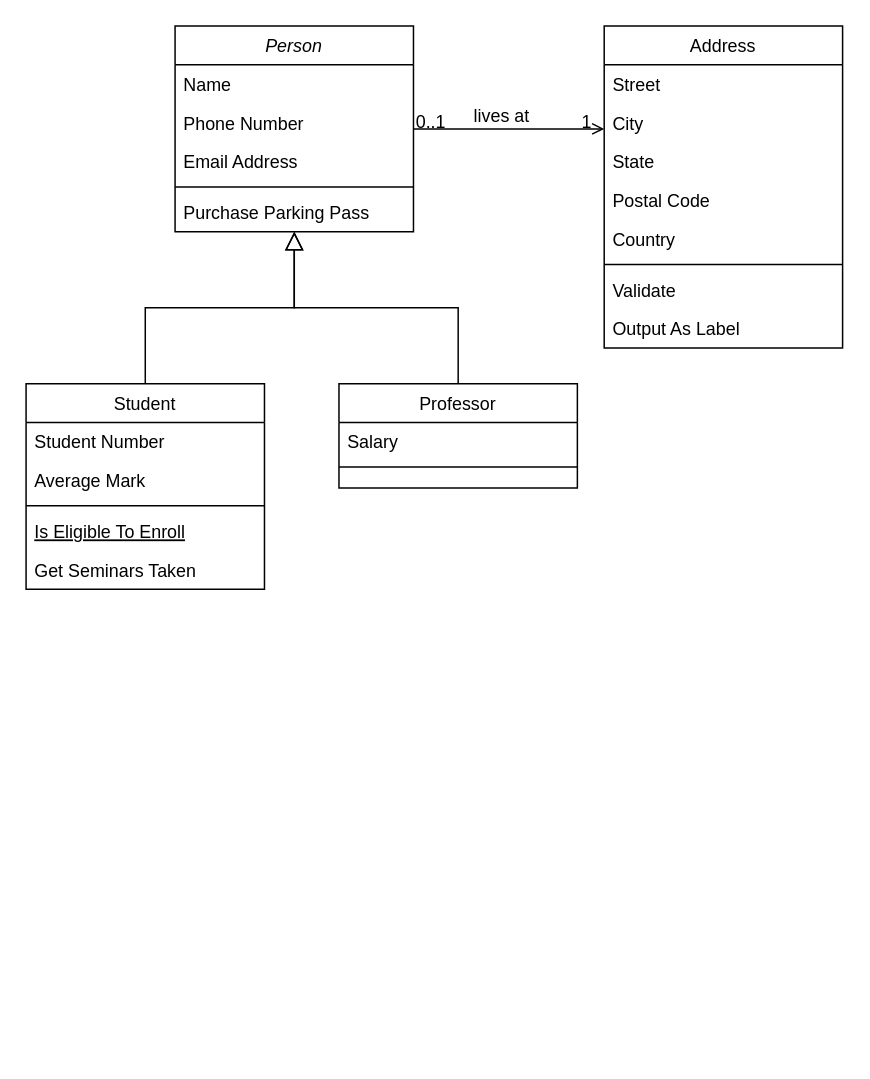
dinanr/perpusdigital keeps this draw.io diagram as Class-Diagram.drawio. Above is the earlier version. Source tidied: cells renumbered, new cells numbered last; positions are measured from the earlier drawing's top-left corner, leaving out a move shared by most shapes. Both pictures are drawn from the tidied source at 149%, with x=0, y=0 at pixel (25, 25).
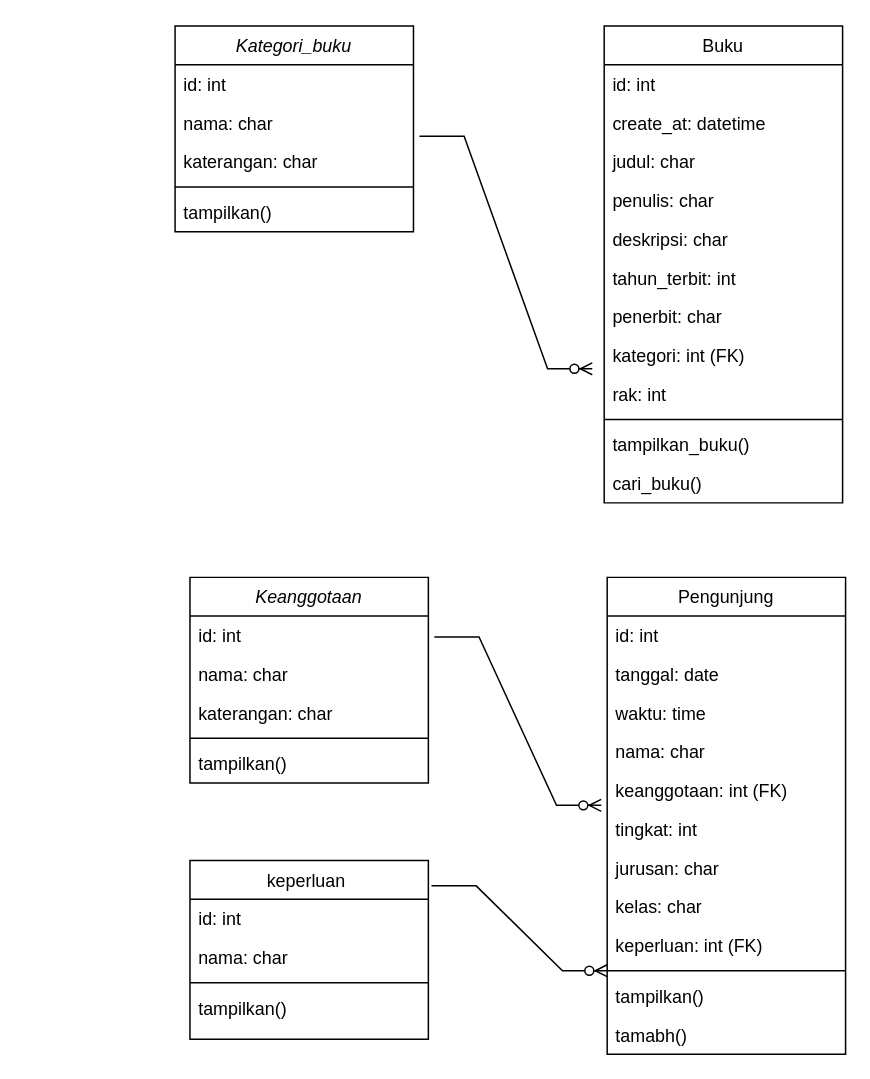
The same diagram, later.

Change to the diagram source:
```diff
@@
-    <mxCell id="2" value="Person" style="swimlane;fontStyle=2;align=center;verticalAlign=top;horizontal=1;startSize=26;rounded=0;shadow=0;strokeWidth=1;" parent="1" vertex="1">
+    <mxCell id="2" value="Kategori_buku" style="swimlane;fontStyle=2;align=center;verticalAlign=top;horizontal=1;startSize=26;rounded=0;shadow=0;strokeWidth=1;" parent="1" vertex="1">
       <mxGeometry x="100" width="160" height="138" as="geometry" />
     </mxCell>
-    <mxCell id="3" value="Name" style="text;align=left;verticalAlign=top;spacingLeft=4;spacingRight=4;overflow=hidden;" parent="2" vertex="1">
+    <mxCell id="3" value="id: int" style="text;align=left;verticalAlign=top;spacingLeft=4;spacingRight=4;overflow=hidden;" parent="2" vertex="1">
       <mxGeometry y="26" width="160" height="26" as="geometry" />
     </mxCell>
-    <mxCell id="4" value="Phone Number" style="text;align=left;verticalAlign=top;spacingLeft=4;spacingRight=4;overflow=hidden;points=[[0,0.5],[1,0.5]];portConstraint=eastwest;rounded=0;shadow=0;html=0;" parent="2" vertex="1">
+    <mxCell id="4" value="nama: char" style="text;align=left;verticalAlign=top;spacingLeft=4;spacingRight=4;overflow=hidden;points=[[0,0.5],[1,0.5]];portConstraint=eastwest;rounded=0;shadow=0;html=0;" parent="2" vertex="1">
       <mxGeometry y="52" width="160" height="26" as="geometry" />
     </mxCell>
-    <mxCell id="5" value="Email Address" style="text;align=left;verticalAlign=top;spacingLeft=4;spacingRight=4;overflow=hidden;rounded=0;shadow=0;html=0;" parent="2" vertex="1">
+    <mxCell id="5" value="katerangan: char" style="text;align=left;verticalAlign=top;spacingLeft=4;spacingRight=4;overflow=hidden;rounded=0;shadow=0;html=0;" parent="2" vertex="1">
       <mxGeometry y="78" width="160" height="26" as="geometry" />
     </mxCell>
@@
-    <mxCell id="7" value="Purchase Parking Pass" style="text;align=left;verticalAlign=top;spacingLeft=4;spacingRight=4;overflow=hidden;" parent="2" vertex="1">
+    <mxCell id="7" value="tampilkan()" style="text;align=left;verticalAlign=top;spacingLeft=4;spacingRight=4;overflow=hidden;" parent="2" vertex="1">
       <mxGeometry y="112" width="160" height="26" as="geometry" />
     </mxCell>
-    <mxCell id="8" value="Student" style="swimlane;fontStyle=0;align=center;verticalAlign=top;horizontal=1;startSize=26;rounded=0;shadow=0;strokeWidth=1;" parent="1" vertex="1">
-      <mxGeometry y="240" width="160" height="138" as="geometry" />
+    <mxCell id="8" value="keperluan " style="swimlane;fontStyle=0;align=center;verticalAlign=top;horizontal=1;startSize=26;rounded=0;shadow=0;strokeWidth=1;" parent="1" vertex="1">
+      <mxGeometry x="110" y="560" width="160" height="120" as="geometry" />
     </mxCell>
-    <mxCell id="9" value="Student Number" style="text;align=left;verticalAlign=top;spacingLeft=4;spacingRight=4;overflow=hidden;" parent="8" vertex="1">
+    <mxCell id="9" value="id: int" style="text;align=left;verticalAlign=top;spacingLeft=4;spacingRight=4;overflow=hidden;" parent="8" vertex="1">
       <mxGeometry y="26" width="160" height="26" as="geometry" />
     </mxCell>
-    <mxCell id="10" value="Average Mark" style="text;align=left;verticalAlign=top;spacingLeft=4;spacingRight=4;overflow=hidden;rounded=0;shadow=0;html=0;" parent="8" vertex="1">
+    <mxCell id="10" value="nama: char" style="text;align=left;verticalAlign=top;spacingLeft=4;spacingRight=4;overflow=hidden;rounded=0;shadow=0;html=0;" parent="8" vertex="1">
       <mxGeometry y="52" width="160" height="26" as="geometry" />
     </mxCell>
@@
-    <mxCell id="12" value="Is Eligible To Enroll" style="text;align=left;verticalAlign=top;spacingLeft=4;spacingRight=4;overflow=hidden;fontStyle=4;" parent="8" vertex="1">
-      <mxGeometry y="86" width="160" height="26" as="geometry" />
-    </mxCell>
-    <mxCell id="13" value="Get Seminars Taken" style="text;align=left;verticalAlign=top;spacingLeft=4;spacingRight=4;overflow=hidden;" parent="8" vertex="1">
-      <mxGeometry y="112" width="160" height="26" as="geometry" />
+    <mxCell id="13" value="tampilkan()" style="text;align=left;verticalAlign=top;spacingLeft=4;spacingRight=4;overflow=hidden;" parent="8" vertex="1">
+      <mxGeometry y="86" width="160" height="26" as="geometry" />
     </mxCell>
-    <mxCell id="14" style="endArrow=block;endSize=10;endFill=0;shadow=0;strokeWidth=1;rounded=0;edgeStyle=elbowEdgeStyle;elbow=vertical;" parent="1" edge="1" source="8" target="2">
-      <mxGeometry relative="1" as="geometry" />
-    </mxCell>
-    <mxCell id="15" value="Professor" style="swimlane;fontStyle=0;align=center;verticalAlign=top;horizontal=1;startSize=26;rounded=0;shadow=0;strokeWidth=1;" parent="1" vertex="1">
-      <mxGeometry x="210" y="240" width="160" height="70" as="geometry" />
-    </mxCell>
-    <mxCell id="16" value="Salary" style="text;align=left;verticalAlign=top;spacingLeft=4;spacingRight=4;overflow=hidden;" parent="15" vertex="1">
-      <mxGeometry y="26" width="160" height="26" as="geometry" />
-    </mxCell>
-    <mxCell id="17" style="line;html=1;strokeWidth=1;align=left;verticalAlign=middle;spacingTop=-1;spacingLeft=3;spacingRight=3;labelPosition=right;" parent="15" vertex="1">
-      <mxGeometry y="52" width="160" height="8" as="geometry" />
-    </mxCell>
-    <mxCell id="18" style="endArrow=block;endSize=10;endFill=0;shadow=0;strokeWidth=1;rounded=0;edgeStyle=elbowEdgeStyle;elbow=vertical;" parent="1" edge="1" source="15" target="2">
-      <mxGeometry relative="1" as="geometry" />
-    </mxCell>
-    <mxCell id="19" value="Address" style="swimlane;fontStyle=0;align=center;verticalAlign=top;horizontal=1;startSize=26;rounded=0;shadow=0;strokeWidth=1;" parent="1" vertex="1">
-      <mxGeometry x="388" width="160" height="216" as="geometry" />
+    <mxCell id="19" value="Buku" style="swimlane;fontStyle=0;align=center;verticalAlign=top;horizontal=1;startSize=26;rounded=0;shadow=0;strokeWidth=1;" parent="1" vertex="1">
+      <mxGeometry x="388" width="160" height="320" as="geometry" />
     </mxCell>
-    <mxCell id="20" value="Street" style="text;align=left;verticalAlign=top;spacingLeft=4;spacingRight=4;overflow=hidden;" parent="19" vertex="1">
+    <mxCell id="20" value="id: int" style="text;align=left;verticalAlign=top;spacingLeft=4;spacingRight=4;overflow=hidden;" parent="19" vertex="1">
       <mxGeometry y="26" width="160" height="26" as="geometry" />
     </mxCell>
-    <mxCell id="21" value="City" style="text;align=left;verticalAlign=top;spacingLeft=4;spacingRight=4;overflow=hidden;rounded=0;shadow=0;html=0;" parent="19" vertex="1">
+    <mxCell id="21" value="create_at: datetime" style="text;align=left;verticalAlign=top;spacingLeft=4;spacingRight=4;overflow=hidden;rounded=0;shadow=0;html=0;" parent="19" vertex="1">
       <mxGeometry y="52" width="160" height="26" as="geometry" />
     </mxCell>
-    <mxCell id="22" value="State" style="text;align=left;verticalAlign=top;spacingLeft=4;spacingRight=4;overflow=hidden;rounded=0;shadow=0;html=0;" parent="19" vertex="1">
+    <mxCell id="22" value="judul: char" style="text;align=left;verticalAlign=top;spacingLeft=4;spacingRight=4;overflow=hidden;rounded=0;shadow=0;html=0;" parent="19" vertex="1">
       <mxGeometry y="78" width="160" height="26" as="geometry" />
     </mxCell>
-    <mxCell id="23" value="Postal Code" style="text;align=left;verticalAlign=top;spacingLeft=4;spacingRight=4;overflow=hidden;rounded=0;shadow=0;html=0;" parent="19" vertex="1">
+    <mxCell id="23" value="penulis: char" style="text;align=left;verticalAlign=top;spacingLeft=4;spacingRight=4;overflow=hidden;rounded=0;shadow=0;html=0;" parent="19" vertex="1">
       <mxGeometry y="104" width="160" height="26" as="geometry" />
     </mxCell>
-    <mxCell id="24" value="Country" style="text;align=left;verticalAlign=top;spacingLeft=4;spacingRight=4;overflow=hidden;rounded=0;shadow=0;html=0;" parent="19" vertex="1">
+    <mxCell id="24" value="deskripsi: char " style="text;align=left;verticalAlign=top;spacingLeft=4;spacingRight=4;overflow=hidden;rounded=0;shadow=0;html=0;" parent="19" vertex="1">
       <mxGeometry y="130" width="160" height="26" as="geometry" />
     </mxCell>
+    <mxCell id="32" value="tahun_terbit: int" style="text;align=left;verticalAlign=top;spacingLeft=4;spacingRight=4;overflow=hidden;rounded=0;shadow=0;html=0;" parent="19" vertex="1">
+      <mxGeometry y="156" width="160" height="26" as="geometry" />
+    </mxCell>
+    <mxCell id="33" value="penerbit: char" style="text;align=left;verticalAlign=top;spacingLeft=4;spacingRight=4;overflow=hidden;rounded=0;shadow=0;html=0;" parent="19" vertex="1">
+      <mxGeometry y="182" width="160" height="26" as="geometry" />
+    </mxCell>
+    <mxCell id="34" value="kategori: int (FK)" style="text;align=left;verticalAlign=top;spacingLeft=4;spacingRight=4;overflow=hidden;rounded=0;shadow=0;html=0;" parent="19" vertex="1">
+      <mxGeometry y="208" width="160" height="26" as="geometry" />
+    </mxCell>
+    <mxCell id="35" value="rak: int" style="text;align=left;verticalAlign=top;spacingLeft=4;spacingRight=4;overflow=hidden;rounded=0;shadow=0;html=0;" parent="19" vertex="1">
+      <mxGeometry y="234" width="160" height="26" as="geometry" />
+    </mxCell>
     <mxCell id="25" style="line;html=1;strokeWidth=1;align=left;verticalAlign=middle;spacingTop=-1;spacingLeft=3;spacingRight=3;labelPosition=right;" parent="19" vertex="1">
-      <mxGeometry y="156" width="160" height="8" as="geometry" />
+      <mxGeometry y="260" width="160" height="8" as="geometry" />
     </mxCell>
-    <mxCell id="26" value="Validate" style="text;align=left;verticalAlign=top;spacingLeft=4;spacingRight=4;overflow=hidden;" parent="19" vertex="1">
-      <mxGeometry y="164" width="160" height="26" as="geometry" />
+    <mxCell id="26" value="tampilkan_buku()" style="text;align=left;verticalAlign=top;spacingLeft=4;spacingRight=4;overflow=hidden;" parent="19" vertex="1">
+      <mxGeometry y="268" width="160" height="26" as="geometry" />
     </mxCell>
-    <mxCell id="27" value="Output As Label" style="text;align=left;verticalAlign=top;spacingLeft=4;spacingRight=4;overflow=hidden;" parent="19" vertex="1">
-      <mxGeometry y="190" width="160" height="26" as="geometry" />
+    <mxCell id="27" value="cari_buku()" style="text;align=left;verticalAlign=top;spacingLeft=4;spacingRight=4;overflow=hidden;" parent="19" vertex="1">
+      <mxGeometry y="294" width="160" height="26" as="geometry" />
     </mxCell>
-    <mxCell id="28" style="endArrow=open;shadow=0;strokeWidth=1;rounded=0;endFill=1;edgeStyle=elbowEdgeStyle;elbow=vertical;" parent="1" edge="1" source="2" target="19">
-      <mxGeometry x="0.5" y="41" relative="1" as="geometry">
-        <mxPoint x="-40" y="32" as="offset" />
-      </mxGeometry>
-    </mxCell>
-    <mxCell id="29" value="0..1" style="align=left;verticalAlign=bottom;labelBackgroundColor=none;fontSize=12;" parent="28" vertex="1">
-      <mxGeometry x="-1" relative="1" as="geometry">
-        <mxPoint y="4" as="offset" />
-      </mxGeometry>
-    </mxCell>
-    <mxCell id="30" value="1" style="align=right;verticalAlign=bottom;labelBackgroundColor=none;fontSize=12;" parent="28" vertex="1">
-      <mxGeometry x="1" relative="1" as="geometry">
-        <mxPoint x="-7" y="4" as="offset" />
-      </mxGeometry>
-    </mxCell>
-    <mxCell id="31" value="lives at" style="text;html=1;align=center;verticalAlign=middle;labelBackgroundColor=none;rounded=0;shadow=0;strokeWidth=1;fontSize=12;" parent="28" vertex="1">
-      <mxGeometry x="0.5" y="49" relative="1" as="geometry">
-        <mxPoint x="-38" y="40" as="offset" />
-      </mxGeometry>
-    </mxCell>
+    <mxCell id="36" value="Pengunjung" style="swimlane;fontStyle=0;align=center;verticalAlign=top;horizontal=1;startSize=26;rounded=0;shadow=0;strokeWidth=1;" parent="1" vertex="1">
+      <mxGeometry x="390" y="370" width="160" height="320" as="geometry" />
+    </mxCell>
+    <mxCell id="37" value="id: int" style="text;align=left;verticalAlign=top;spacingLeft=4;spacingRight=4;overflow=hidden;" parent="36" vertex="1">
+      <mxGeometry y="26" width="160" height="26" as="geometry" />
+    </mxCell>
+    <mxCell id="38" value="tanggal: date" style="text;align=left;verticalAlign=top;spacingLeft=4;spacingRight=4;overflow=hidden;rounded=0;shadow=0;html=0;" parent="36" vertex="1">
+      <mxGeometry y="52" width="160" height="26" as="geometry" />
+    </mxCell>
+    <mxCell id="39" value="waktu: time" style="text;align=left;verticalAlign=top;spacingLeft=4;spacingRight=4;overflow=hidden;rounded=0;shadow=0;html=0;" parent="36" vertex="1">
+      <mxGeometry y="78" width="160" height="26" as="geometry" />
+    </mxCell>
+    <mxCell id="40" value="nama: char" style="text;align=left;verticalAlign=top;spacingLeft=4;spacingRight=4;overflow=hidden;rounded=0;shadow=0;html=0;" parent="36" vertex="1">
+      <mxGeometry y="104" width="160" height="26" as="geometry" />
+    </mxCell>
+    <mxCell id="41" value="keanggotaan: int (FK)" style="text;align=left;verticalAlign=top;spacingLeft=4;spacingRight=4;overflow=hidden;rounded=0;shadow=0;html=0;" parent="36" vertex="1">
+      <mxGeometry y="130" width="160" height="26" as="geometry" />
+    </mxCell>
+    <mxCell id="42" value="tingkat: int" style="text;align=left;verticalAlign=top;spacingLeft=4;spacingRight=4;overflow=hidden;points=[[0,0.5],[1,0.5]];portConstraint=eastwest;rounded=0;shadow=0;html=0;" parent="36" vertex="1">
+      <mxGeometry y="156" width="160" height="26" as="geometry" />
+    </mxCell>
+    <mxCell id="43" value="jurusan: char" style="text;align=left;verticalAlign=top;spacingLeft=4;spacingRight=4;overflow=hidden;rounded=0;shadow=0;html=0;" parent="36" vertex="1">
+      <mxGeometry y="182" width="160" height="26" as="geometry" />
+    </mxCell>
+    <mxCell id="44" value="kelas: char" style="text;align=left;verticalAlign=top;spacingLeft=4;spacingRight=4;overflow=hidden;rounded=0;shadow=0;html=0;" parent="36" vertex="1">
+      <mxGeometry y="208" width="160" height="26" as="geometry" />
+    </mxCell>
+    <mxCell id="45" value="keperluan: int (FK)" style="text;align=left;verticalAlign=top;spacingLeft=4;spacingRight=4;overflow=hidden;rounded=0;shadow=0;html=0;" parent="36" vertex="1">
+      <mxGeometry y="234" width="160" height="26" as="geometry" />
+    </mxCell>
+    <mxCell id="46" style="line;html=1;strokeWidth=1;align=left;verticalAlign=middle;spacingTop=-1;spacingLeft=3;spacingRight=3;labelPosition=right;points=[];portConstraint=eastwest;" parent="36" vertex="1">
+      <mxGeometry y="260" width="160" height="8" as="geometry" />
+    </mxCell>
+    <mxCell id="47" value="tampilkan()" style="text;align=left;verticalAlign=top;spacingLeft=4;spacingRight=4;overflow=hidden;" parent="36" vertex="1">
+      <mxGeometry y="268" width="160" height="26" as="geometry" />
+    </mxCell>
+    <mxCell id="48" value="tamabh()" style="text;align=left;verticalAlign=top;spacingLeft=4;spacingRight=4;overflow=hidden;" parent="36" vertex="1">
+      <mxGeometry y="294" width="160" height="26" as="geometry" />
+    </mxCell>
+    <mxCell id="49" value="Keanggotaan" style="swimlane;fontStyle=2;align=center;verticalAlign=top;horizontal=1;startSize=26;rounded=0;shadow=0;strokeWidth=1;" parent="1" vertex="1">
+      <mxGeometry x="110" y="370" width="160" height="138" as="geometry" />
+    </mxCell>
+    <mxCell id="50" value="id: int" style="text;align=left;verticalAlign=top;spacingLeft=4;spacingRight=4;overflow=hidden;" parent="49" vertex="1">
+      <mxGeometry y="26" width="160" height="26" as="geometry" />
+    </mxCell>
+    <mxCell id="51" value="nama: char" style="text;align=left;verticalAlign=top;spacingLeft=4;spacingRight=4;overflow=hidden;rounded=0;shadow=0;html=0;" parent="49" vertex="1">
+      <mxGeometry y="52" width="160" height="26" as="geometry" />
+    </mxCell>
+    <mxCell id="52" value="katerangan: char" style="text;align=left;verticalAlign=top;spacingLeft=4;spacingRight=4;overflow=hidden;rounded=0;shadow=0;html=0;" parent="49" vertex="1">
+      <mxGeometry y="78" width="160" height="26" as="geometry" />
+    </mxCell>
+    <mxCell id="53" style="line;html=1;strokeWidth=1;align=left;verticalAlign=middle;spacingTop=-1;spacingLeft=3;spacingRight=3;labelPosition=right;" parent="49" vertex="1">
+      <mxGeometry y="104" width="160" height="8" as="geometry" />
+    </mxCell>
+    <mxCell id="54" value="tampilkan()" style="text;align=left;verticalAlign=top;spacingLeft=4;spacingRight=4;overflow=hidden;" parent="49" vertex="1">
+      <mxGeometry y="112" width="160" height="26" as="geometry" />
+    </mxCell>
+    <mxCell id="55" style="edgeStyle=entityRelationEdgeStyle;fontSize=12;html=1;endArrow=ERzeroToMany;endFill=1;rounded=0;exitX=1.025;exitY=0.846;exitDx=0;exitDy=0;exitPerimeter=0;" parent="1" edge="1" source="4">
+      <mxGeometry relative="1" as="geometry">
+        <mxPoint x="380" y="230" as="targetPoint" />
+        <Array as="points">
+          <mxPoint x="310" y="160" />
+          <mxPoint x="300" y="160" />
+        </Array>
+      </mxGeometry>
+    </mxCell>
+    <mxCell id="56" style="edgeStyle=entityRelationEdgeStyle;fontSize=12;html=1;endArrow=ERzeroToMany;endFill=1;rounded=0;exitX=1.013;exitY=0.142;exitDx=0;exitDy=0;exitPerimeter=0;entryX=0;entryY=0.5;entryDx=0;entryDy=0;entryPerimeter=0;" parent="1" edge="1" source="8" target="46">
+      <mxGeometry relative="1" as="geometry">
+        <Array as="points">
+          <mxPoint x="320" y="570" />
+        </Array>
+      </mxGeometry>
+    </mxCell>
+    <mxCell id="57" style="edgeStyle=entityRelationEdgeStyle;fontSize=12;html=1;endArrow=ERzeroToMany;endFill=1;rounded=0;exitX=1.025;exitY=0.846;exitDx=0;exitDy=0;exitPerimeter=0;entryX=-0.025;entryY=-0.115;entryDx=0;entryDy=0;entryPerimeter=0;" parent="1" edge="1" target="42">
+      <mxGeometry relative="1" as="geometry">
+        <mxPoint x="274" y="410" as="sourcePoint" />
+        <Array as="points">
+          <mxPoint x="320" y="496" />
+          <mxPoint x="310" y="496" />
+        </Array>
+      </mxGeometry>
+    </mxCell>
```
